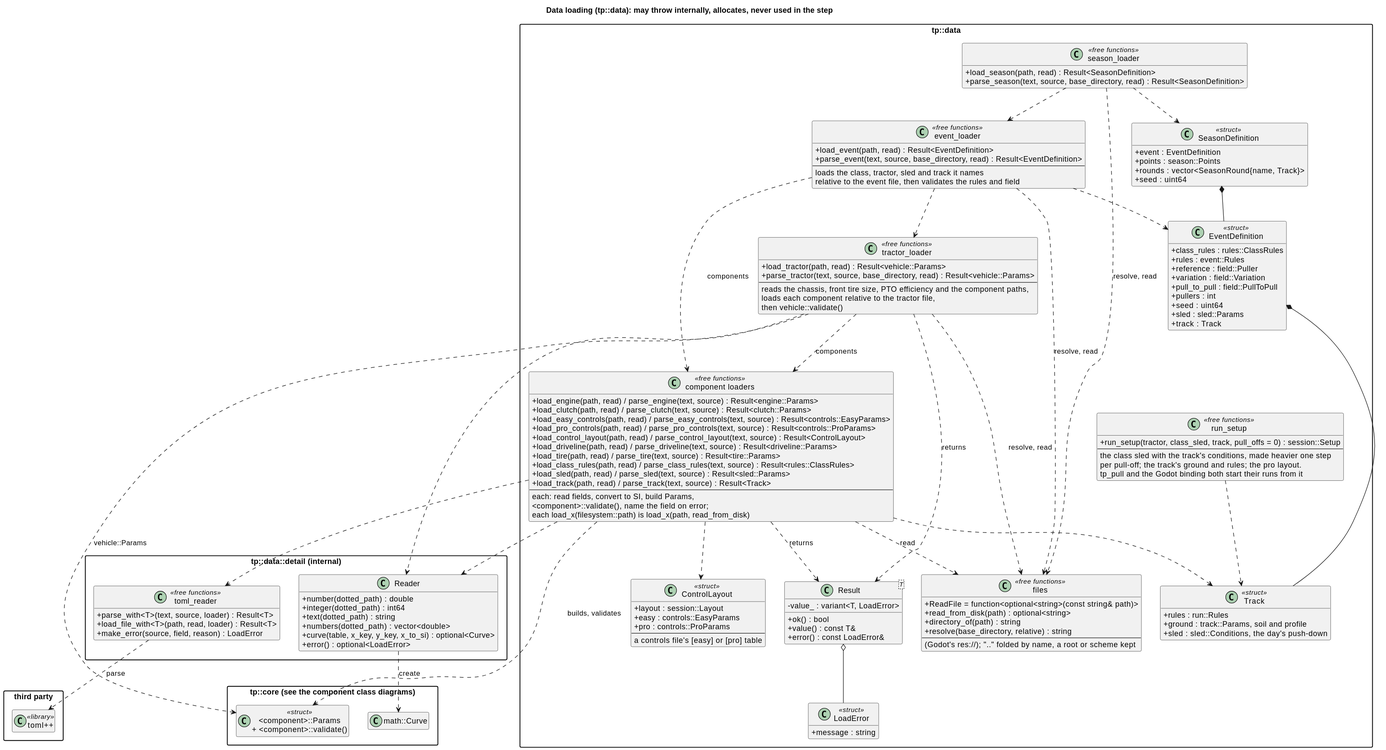
This is docs/diagrams/svg/data_io_classes.svg from wversteeg/TractorPulling, a PlantUML export, as it was before one commit.
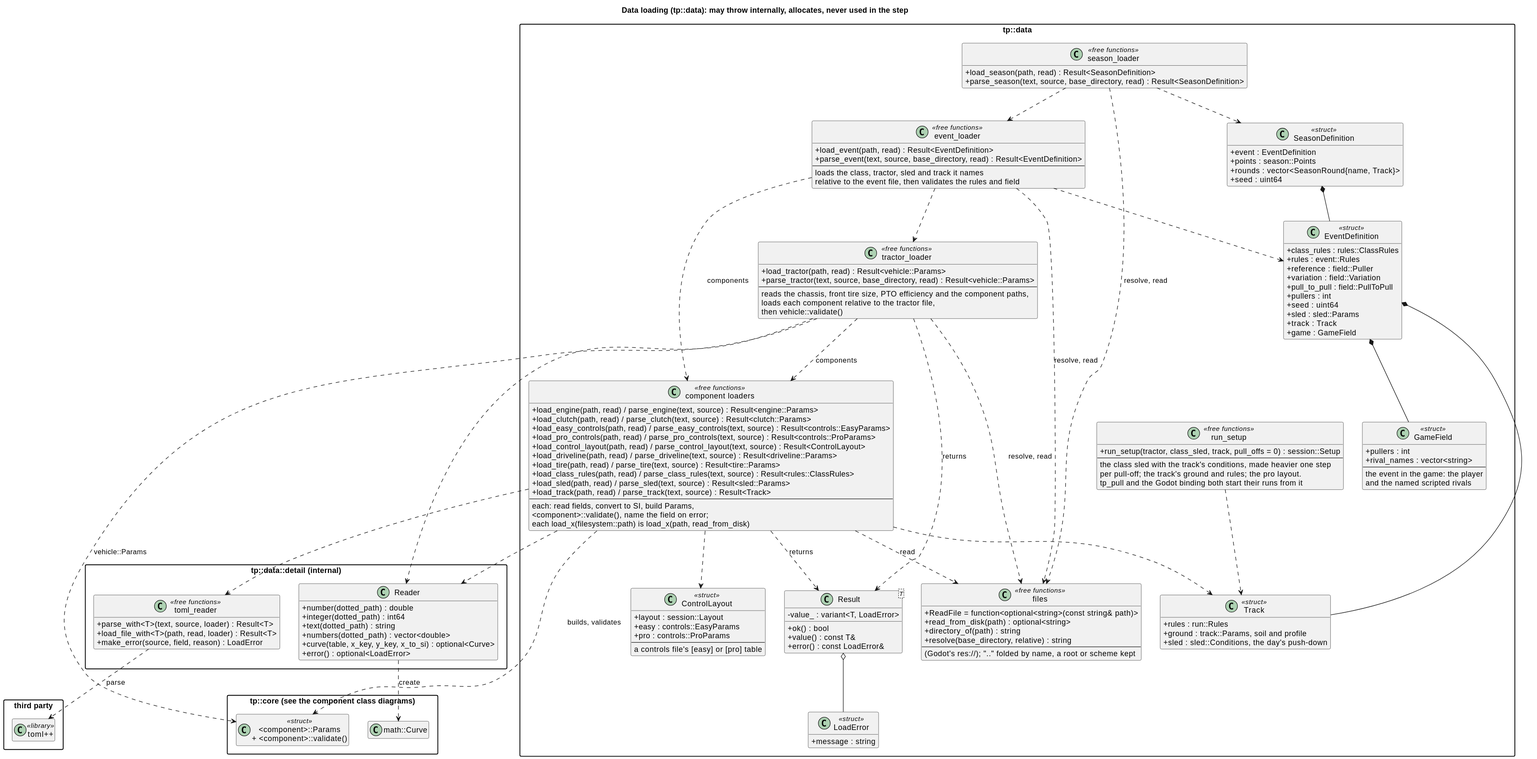
The same diagram one commit later.

The edit, as a diff of the source:
```diff
@@ -54,7 +54,16 @@
     +seed : uint64
     +sled : sled::Params
     +track : Track
+    +game : GameField
   }
+  class GameField <<struct>> {
+    +pullers : int
+    +rival_names : vector<string>
+    --
+    the event in the game: the player
+    and the named scripted rivals
+  }
+  EventDefinition *-- GameField
   class "event_loader" as EventLoader <<free functions>> {
     +load_event(path, read) : Result<EventDefinition>
     +parse_event(text, source, base_directory, read) : Result<EventDefinition>
```
